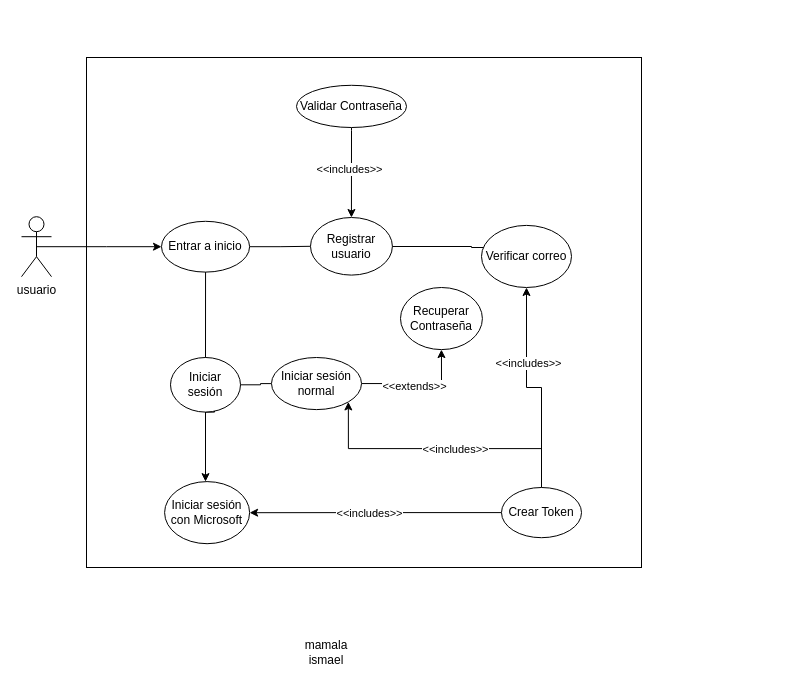
Earlier version of the draw.io diagram Diagrama sin título.drawio (e1mais/UC-uni-space). Source tidied: cells renumbered, new cells numbered last; positions are measured from the earlier drawing's top-left corner, leaving out a move shared by most shapes. Both pictures are drawn from the tidied source at 100%, with x=0, y=0 at pixel (21, 17).
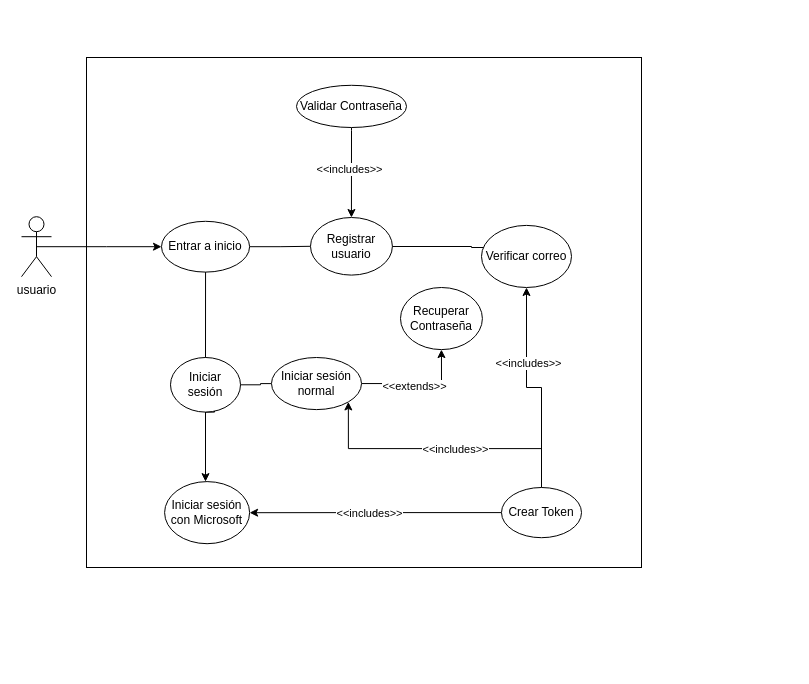
The same page after the edit.

Commit message:
drop unused label

Unchanged cells that the change refers to:
```xml
<mxCell id="2" style="group;" parent="1" vertex="1">
  <mxGeometry x="50" width="720" height="649.7" as="geometry" />
</mxCell>
```

What changed in the source:
```diff
@@
-    <mxCell id="29" value="mamala ismael" style="text;html=1;align=center;verticalAlign=middle;whiteSpace=wrap;rounded=0;" parent="2" vertex="1">
-      <mxGeometry x="225" y="619.7" width="60" height="30" as="geometry" />
-    </mxCell>
```
